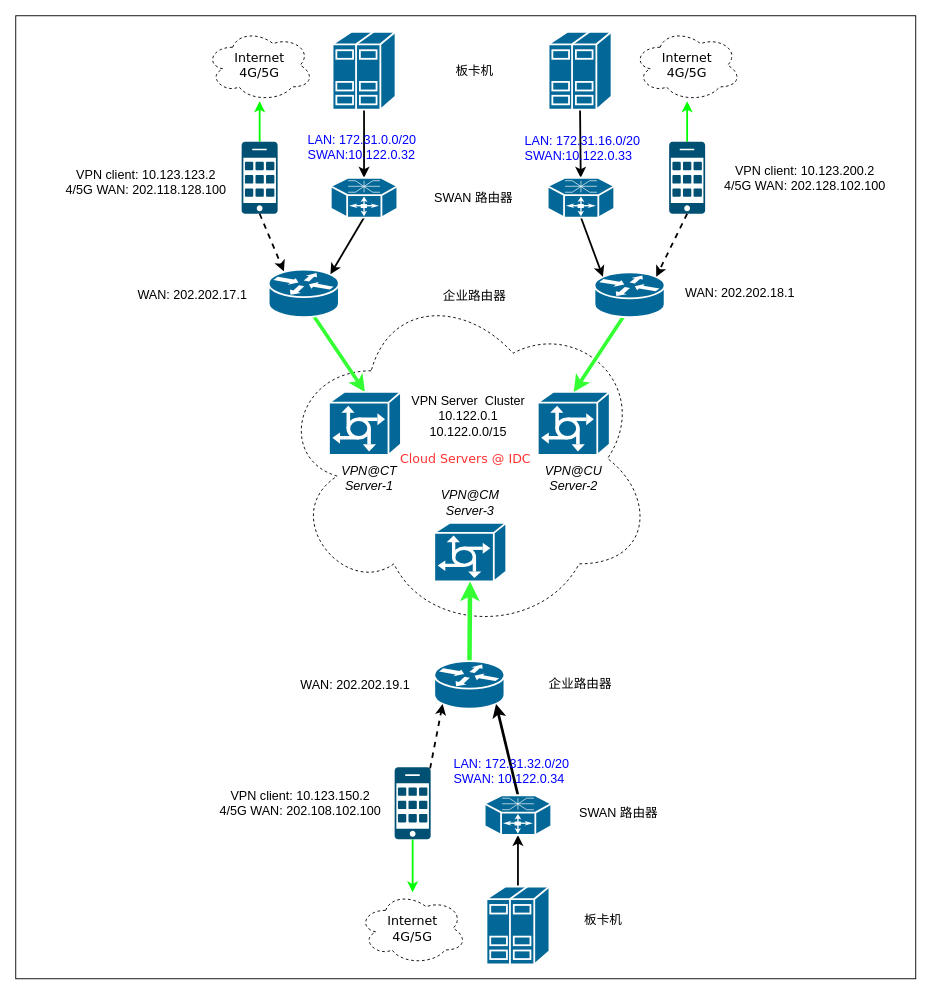
nxtreaming/andy_study keeps this draw.io diagram as Untitled Diagram.drawio. Above is the earlier version. Source tidied: cells renumbered, new cells numbered last; positions are measured from the earlier drawing's top-left corner, leaving out a move shared by most shapes. Both pictures are drawn from the tidied source at 90%, with x=0, y=0 at pixel (15, 15).
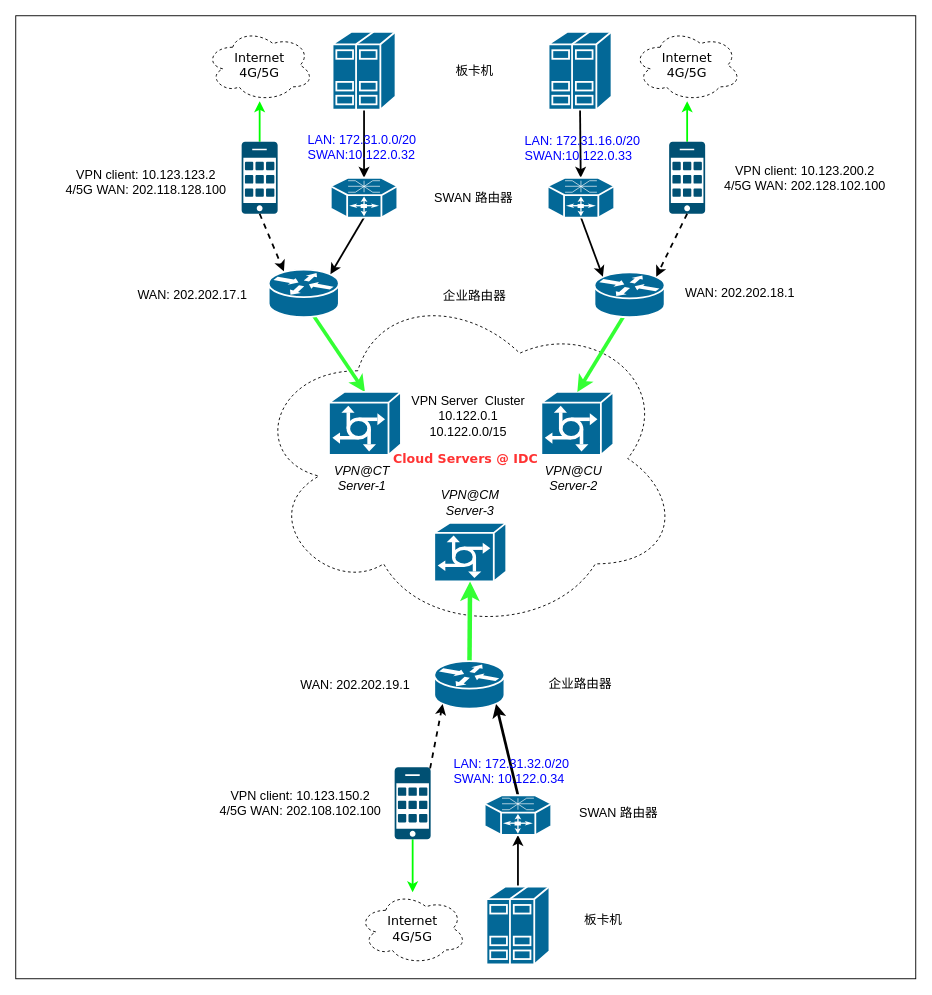
The same page after the edit.

Change to the diagram source:
```diff
@@
-    <mxCell id="3" value="&lt;font color=&quot;#ff3333&quot; style=&quot;font-size: 14px;&quot;&gt;Cloud Servers @ IDC&lt;/font&gt;" style="ellipse;shape=cloud;whiteSpace=wrap;html=1;rounded=0;shadow=0;comic=0;strokeWidth=1;fontFamily=Verdana;fontSize=12;fontColor=#9933FF;dashed=1;" parent="1" vertex="1">
-      <mxGeometry x="290" y="297" width="420" height="390" as="geometry" />
+    <mxCell id="3" value="&lt;font color=&quot;#ff3333&quot; style=&quot;font-size: 14px;&quot;&gt;&lt;b&gt;Cloud Servers @ IDC&lt;/b&gt;&lt;/font&gt;" style="ellipse;shape=cloud;whiteSpace=wrap;html=1;rounded=0;shadow=0;comic=0;strokeWidth=1;fontFamily=Verdana;fontSize=12;fontColor=#9933FF;dashed=1;" parent="1" vertex="1">
+      <mxGeometry x="260" y="297" width="480" height="390" as="geometry" />
     </mxCell>
@@
     <mxCell id="14" style="shape=mxgraph.cisco.servers.communications_server;sketch=0;html=1;dashed=0;fillColor=#036897;strokeColor=#ffffff;strokeWidth=2;verticalLabelPosition=bottom;verticalAlign=top;align=center;outlineConnect=0;" parent="1" vertex="1">
-      <mxGeometry x="580" y="418" width="80" height="70" as="geometry" />
+      <mxGeometry x="584" y="418" width="80" height="70" as="geometry" />
     </mxCell>
@@
     <mxCell id="16" value="&lt;font style=&quot;font-size: 14px;&quot;&gt;&lt;i style=&quot;&quot;&gt;VPN@CT Server-1&lt;/i&gt;&lt;/font&gt;" style="text;strokeColor=none;align=center;fillColor=#FFFFFF;html=1;verticalAlign=middle;whiteSpace=wrap;rounded=0;fontColor=#000000;" parent="1" vertex="1">
-      <mxGeometry x="363" y="499" width="60" height="30" as="geometry" />
+      <mxGeometry x="355" y="499" width="60" height="30" as="geometry" />
     </mxCell>
```
